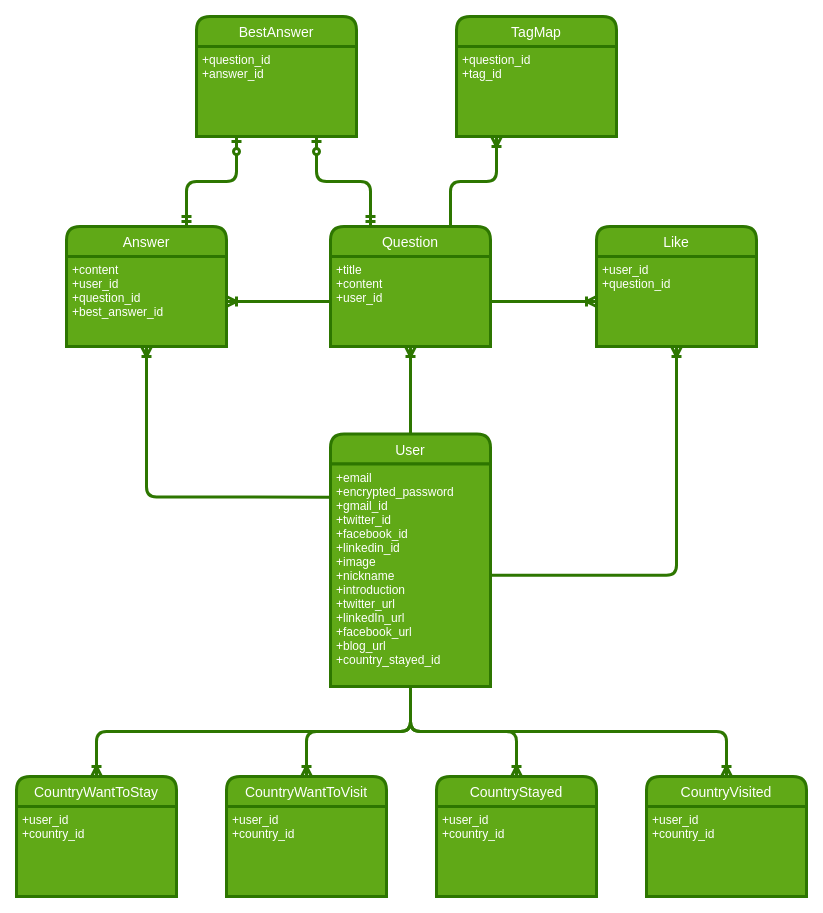
Earlier version of the draw.io diagram page "ER図" (1 of 2) of diagram.dio (keisacct/glober). Source tidied: cells renumbered, new cells numbered last; positions are measured from the earlier drawing's top-left corner, leaving out a move shared by most shapes. Both pictures are drawn from the tidied source at 100%, with x=0, y=0 at pixel (16, 16).
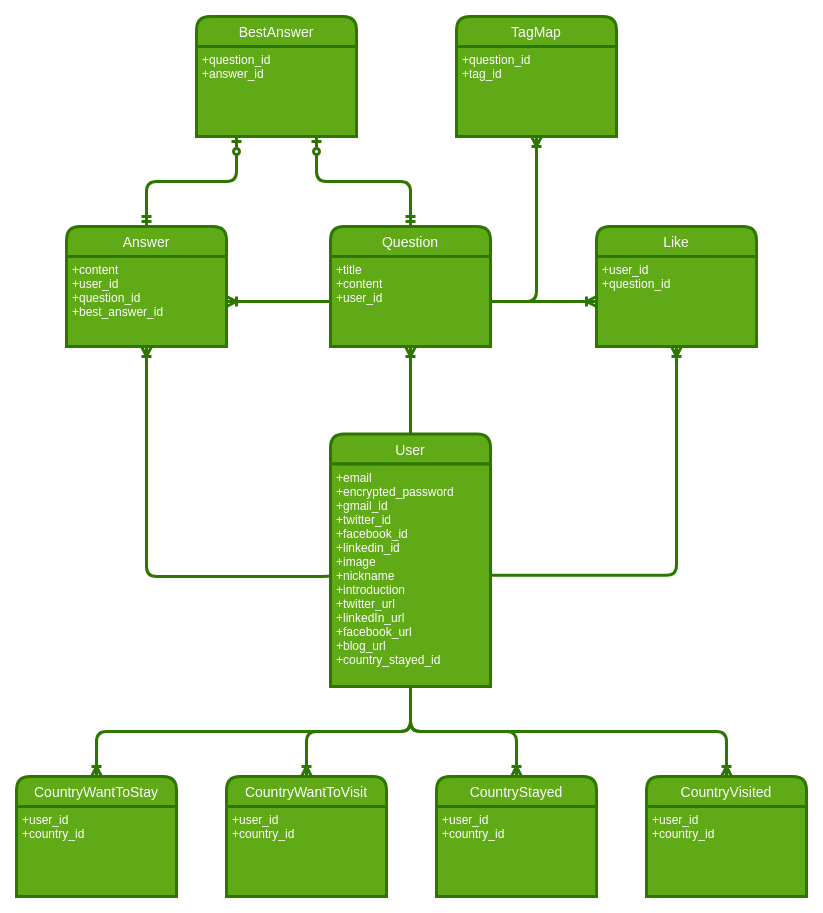
The same page after the edit.

The change refers to these unchanged cells:
```xml
<mxCell id="2" value="User" style="swimlane;horizontal=1;startSize=30;rounded=1;fontSize=14;fontStyle=0;strokeWidth=3;shadow=0;align=center;fillColor=#60a917;fontColor=#ffffff;strokeColor=#2D7600;" parent="1" vertex="1">
  <mxGeometry x="314" y="417.5" width="160" height="252.5" as="geometry" />
</mxCell>
<mxCell id="3" value="+email&#10;+encrypted_password&#10;+gmail_id&#10;+twitter_id&#10;+facebook_id&#10;+linkedin_id&#10;+image&#10;+nickname&#10;+introduction&#10;+twitter_url&#10;+linkedIn_url&#10;+facebook_url&#10;+blog_url&#10;+country_stayed_id&#10;" style="align=left;strokeColor=#2D7600;fillColor=#60a917;spacingLeft=4;fontSize=12;verticalAlign=top;fontColor=#ffffff;strokeWidth=3;" parent="2" vertex="1">
  <mxGeometry y="30" width="160" height="222.5" as="geometry" />
</mxCell>
<mxCell id="6" value="Question" style="swimlane;horizontal=1;startSize=30;rounded=1;fontSize=14;fontStyle=0;strokeWidth=3;shadow=0;align=center;fillColor=#60a917;fontColor=#ffffff;strokeColor=#2D7600;" parent="1" vertex="1">
  <mxGeometry x="314" y="210" width="160" height="120" as="geometry" />
</mxCell>
<mxCell id="7" value="+title&#10;+content&#10;+user_id" style="align=left;strokeColor=#2D7600;fillColor=#60a917;spacingLeft=4;fontSize=12;verticalAlign=top;fontColor=#ffffff;strokeWidth=3;" parent="6" vertex="1">
  <mxGeometry y="30" width="160" height="90" as="geometry" />
</mxCell>
<mxCell id="8" value="Answer" style="swimlane;horizontal=1;startSize=30;rounded=1;fontSize=14;fontStyle=0;strokeWidth=3;shadow=0;align=center;fillColor=#60a917;fontColor=#ffffff;strokeColor=#2D7600;" parent="1" vertex="1">
  <mxGeometry x="50" y="210" width="160" height="120" as="geometry" />
</mxCell>
<mxCell id="16" value="TagMap" style="swimlane;horizontal=1;startSize=30;rounded=1;fontSize=14;fontStyle=0;strokeWidth=3;shadow=0;align=center;fillColor=#60a917;fontColor=#ffffff;strokeColor=#2D7600;" parent="1" vertex="1">
  <mxGeometry x="440" width="160" height="120" as="geometry" />
</mxCell>
<mxCell id="17" value="+question_id&#10;+tag_id" style="align=left;strokeColor=#2D7600;fillColor=#60a917;spacingLeft=4;fontSize=12;verticalAlign=top;fontColor=#ffffff;strokeWidth=3;" parent="16" vertex="1">
  <mxGeometry y="30" width="160" height="90" as="geometry" />
</mxCell>
<mxCell id="25" value="BestAnswer" style="swimlane;horizontal=1;startSize=30;rounded=1;fontSize=14;fontStyle=0;strokeWidth=3;shadow=0;align=center;fillColor=#60a917;fontColor=#ffffff;strokeColor=#2D7600;" parent="1" vertex="1">
  <mxGeometry x="180" width="160" height="120" as="geometry" />
</mxCell>
<mxCell id="26" value="+question_id&#10;+answer_id" style="align=left;strokeColor=#2D7600;fillColor=#60a917;spacingLeft=4;fontSize=12;verticalAlign=top;fontColor=#ffffff;strokeWidth=3;" parent="25" vertex="1">
  <mxGeometry y="30" width="160" height="90" as="geometry" />
</mxCell>
```

Change to the diagram source:
```diff
@@
-    <mxCell id="21" style="fontSize=12;html=1;endArrow=ERoneToMany;exitX=0.75;exitY=0;exitDx=0;exitDy=0;entryX=0.25;entryY=1;entryDx=0;entryDy=0;fillColor=#60a917;strokeColor=#2D7600;strokeWidth=3;edgeStyle=orthogonalEdgeStyle;" parent="1" edge="1" source="6" target="16">
+    <mxCell id="21" style="fontSize=12;html=1;endArrow=ERoneToMany;exitX=1;exitY=0.5;exitDx=0;exitDy=0;entryX=0.5;entryY=1;entryDx=0;entryDy=0;fillColor=#60a917;strokeColor=#2D7600;strokeWidth=3;edgeStyle=orthogonalEdgeStyle;" parent="1" edge="1" source="7" target="17">
       <mxGeometry relative="1" as="geometry" />
     </mxCell>
@@
-    <mxCell id="27" style="edgeStyle=orthogonalEdgeStyle;fontSize=12;html=1;endArrow=ERzeroToOne;startArrow=ERmandOne;strokeColor=#2D7600;strokeWidth=3;entryX=0.25;entryY=1;entryDx=0;entryDy=0;exitX=0.75;exitY=0;exitDx=0;exitDy=0;endFill=0;" parent="1" edge="1" source="8" target="26">
+    <mxCell id="27" style="edgeStyle=orthogonalEdgeStyle;fontSize=12;html=1;endArrow=ERzeroToOne;startArrow=ERmandOne;strokeColor=#2D7600;strokeWidth=3;entryX=0.25;entryY=1;entryDx=0;entryDy=0;exitX=0.5;exitY=0;exitDx=0;exitDy=0;endFill=0;" parent="1" edge="1" source="8" target="26">
       <mxGeometry relative="1" as="geometry" />
     </mxCell>
-    <mxCell id="28" style="edgeStyle=orthogonalEdgeStyle;fontSize=12;html=1;endArrow=ERzeroToOne;startArrow=ERmandOne;strokeColor=#2D7600;strokeWidth=3;entryX=0.75;entryY=1;entryDx=0;entryDy=0;exitX=0.25;exitY=0;exitDx=0;exitDy=0;endFill=0;" parent="1" edge="1" source="6" target="25">
+    <mxCell id="28" style="edgeStyle=orthogonalEdgeStyle;fontSize=12;html=1;endArrow=ERzeroToOne;startArrow=ERmandOne;strokeColor=#2D7600;strokeWidth=3;entryX=0.75;entryY=1;entryDx=0;entryDy=0;exitX=0.5;exitY=0;exitDx=0;exitDy=0;endFill=0;" parent="1" edge="1" source="6" target="25">
       <mxGeometry relative="1" as="geometry" />
     </mxCell>
-    <mxCell id="29" style="fontSize=12;html=1;endArrow=ERoneToMany;exitX=0;exitY=0.25;exitDx=0;exitDy=0;entryX=0.5;entryY=1;entryDx=0;entryDy=0;fillColor=#60a917;strokeColor=#2D7600;strokeWidth=3;edgeStyle=orthogonalEdgeStyle;" parent="1" edge="1" source="2" target="8">
-      <mxGeometry relative="1" as="geometry" />
+    <mxCell id="29" style="fontSize=12;html=1;endArrow=ERoneToMany;entryX=0.5;entryY=1;entryDx=0;entryDy=0;fillColor=#60a917;strokeColor=#2D7600;strokeWidth=3;edgeStyle=orthogonalEdgeStyle;exitX=0;exitY=0.5;exitDx=0;exitDy=0;" parent="1" edge="1" source="3" target="8">
+      <mxGeometry relative="1" as="geometry">
+        <Array as="points">
+          <mxPoint x="314" y="560" />
+          <mxPoint x="130" y="560" />
+        </Array>
+      </mxGeometry>
     </mxCell>
```
